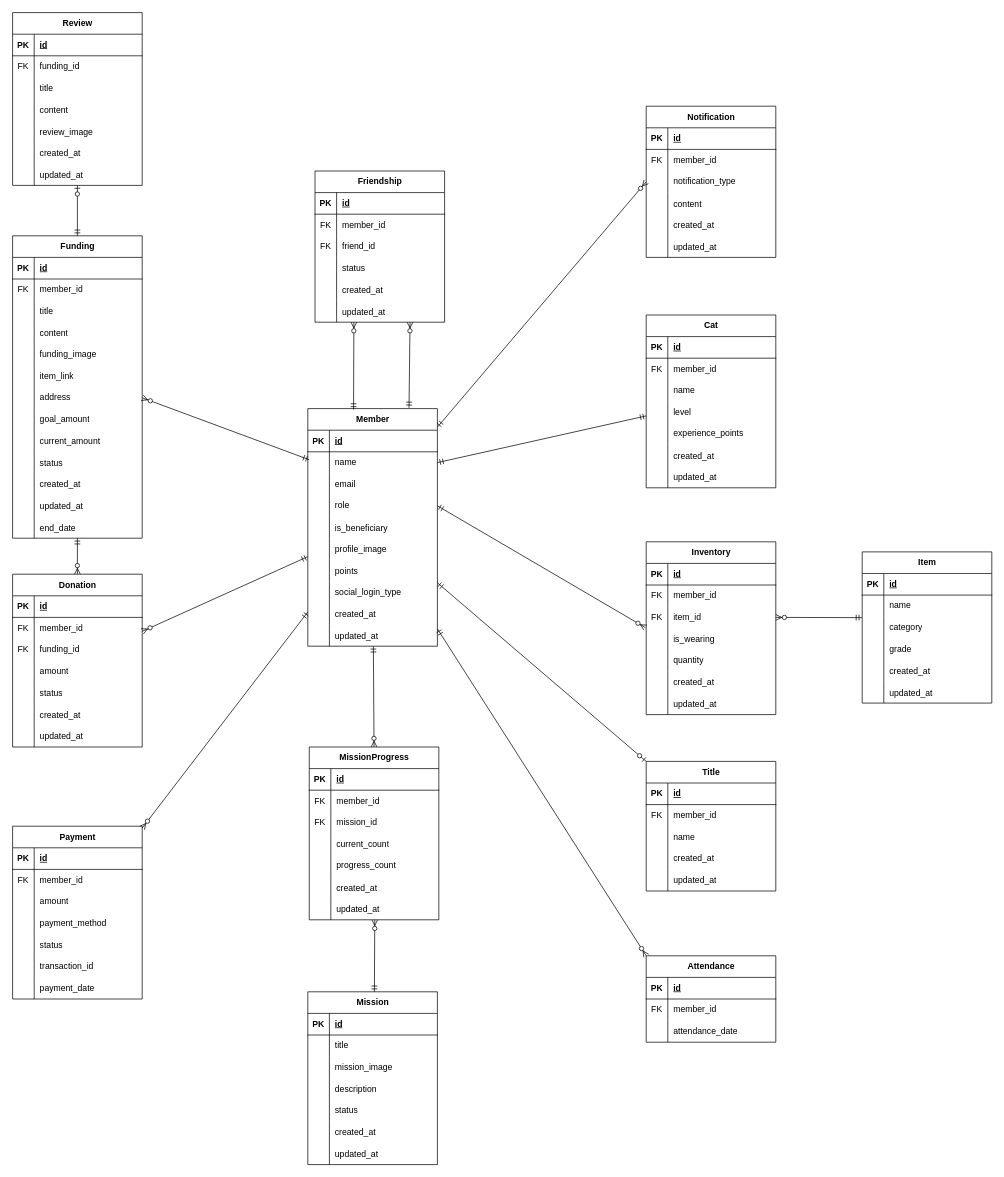
Before: ChaeumERD.drawio in 2025-Advanced-Capstone-Chaeum/ERD, a draw.io diagram. Source tidied: cells renumbered, new cells numbered last; positions are measured from the earlier drawing's top-left corner, leaving out a move shared by most shapes. Both pictures are drawn from the tidied source at 72%, with x=0, y=0 at pixel (12, 12).
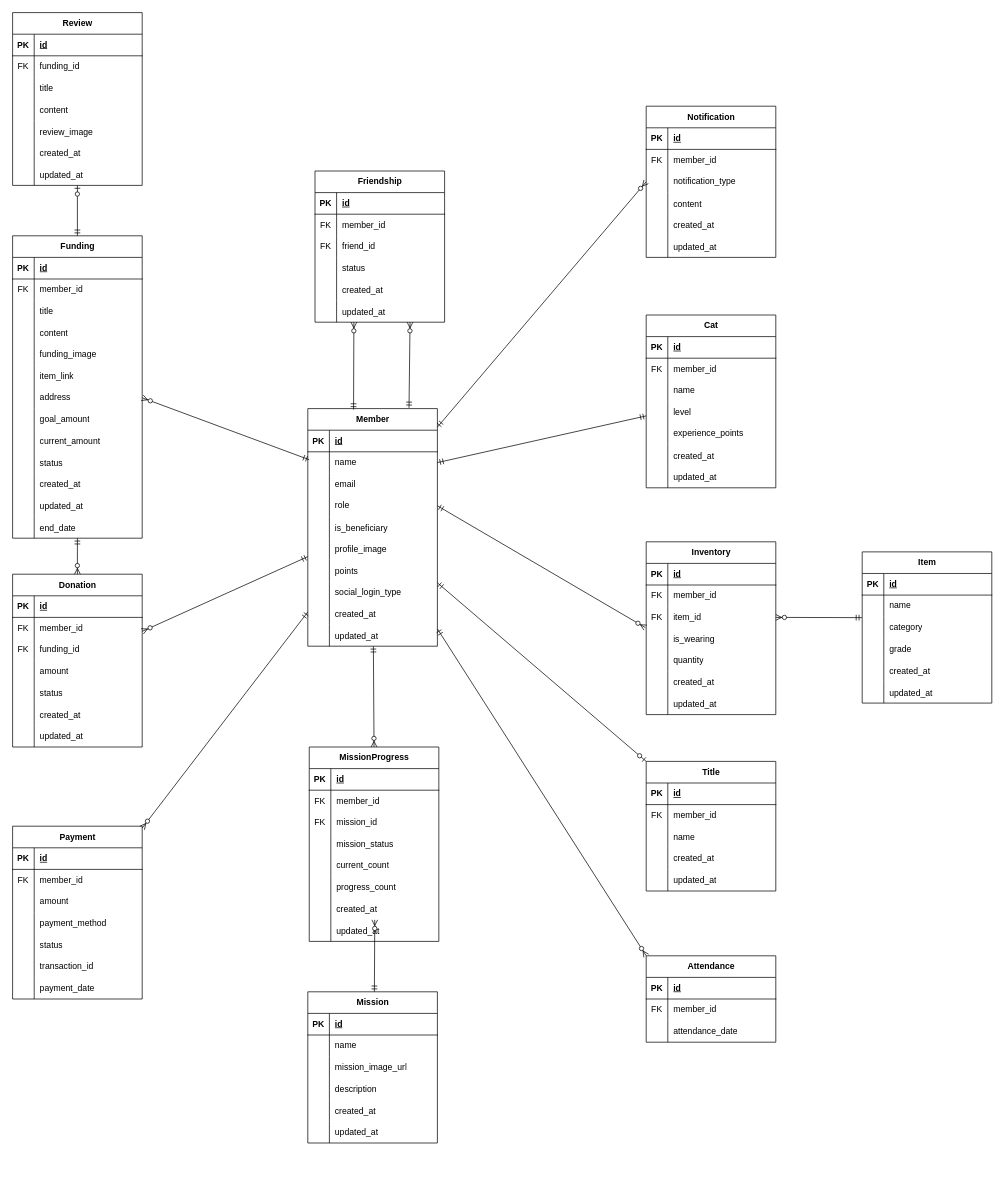
Above is the later version.

Commit message:
docs: Mission 엔티티 필드 수정

Unchanged cells that the change refers to:
```xml
<mxCell id="104" style="shape=tableRow;horizontal=0;startSize=0;swimlaneHead=0;swimlaneBody=0;fillColor=none;top=0;left=0;right=0;bottom=0;" parent="100" vertex="1">
  <mxGeometry y="60" width="180" height="30" as="geometry" />
</mxCell>
<mxCell id="107" style="shape=tableRow;horizontal=0;startSize=0;swimlaneHead=0;swimlaneBody=0;fillColor=none;top=0;left=0;right=0;bottom=0;" parent="100" vertex="1">
  <mxGeometry y="90" width="180" height="30" as="geometry" />
</mxCell>
```

The edit, as a diff of the source:
```diff
@@
     <mxCell id="100" value="Mission" style="shape=table;startSize=30;childLayout=tableLayout;rowLines=0;fontStyle=1;align=center;html=1;" parent="1" vertex="1">
-      <mxGeometry x="410" y="1360" width="180" height="240" as="geometry" />
+      <mxGeometry x="410" y="1360" width="180" height="210" as="geometry" />
     </mxCell>
@@
-    <mxCell id="106" value="title" style="shape=partialRectangle;fillColor=none;top=0;left=0;bottom=0;right=0;align=left;spacingLeft=6;overflow=hidden;whiteSpace=wrap;html=1;" parent="104" vertex="1">
+    <mxCell id="106" value="name" style="shape=partialRectangle;fillColor=none;top=0;left=0;bottom=0;right=0;align=left;spacingLeft=6;overflow=hidden;whiteSpace=wrap;html=1;" parent="104" vertex="1">
       <mxGeometry x="30" width="150" height="30" as="geometry" />
     </mxCell>
@@
-    <mxCell id="109" value="mission_image" style="shape=partialRectangle;fillColor=none;top=0;left=0;bottom=0;right=0;align=left;spacingLeft=6;overflow=hidden;whiteSpace=wrap;html=1;" parent="107" vertex="1">
+    <mxCell id="109" value="mission_image_url" style="shape=partialRectangle;fillColor=none;top=0;left=0;bottom=0;right=0;align=left;spacingLeft=6;overflow=hidden;whiteSpace=wrap;html=1;" parent="107" vertex="1">
       <mxGeometry x="30" width="150" height="30" as="geometry" />
     </mxCell>
@@
-    <mxCell id="113" style="shape=tableRow;horizontal=0;startSize=0;swimlaneHead=0;swimlaneBody=0;fillColor=none;top=0;left=0;right=0;bottom=0;" parent="100" vertex="1">
-      <mxGeometry y="150" width="180" height="30" as="geometry" />
-    </mxCell>
-    <mxCell id="114" style="shape=partialRectangle;fillColor=none;top=0;left=0;bottom=0;right=0;overflow=hidden;whiteSpace=wrap;html=1;" parent="113" vertex="1">
-      <mxGeometry width="30" height="30" as="geometry" />
-    </mxCell>
-    <mxCell id="115" value="status" style="shape=partialRectangle;fillColor=none;top=0;left=0;bottom=0;right=0;align=left;spacingLeft=6;overflow=hidden;whiteSpace=wrap;html=1;" parent="113" vertex="1">
-      <mxGeometry x="30" width="150" height="30" as="geometry" />
-    </mxCell>
     <mxCell id="116" style="shape=tableRow;horizontal=0;startSize=0;swimlaneHead=0;swimlaneBody=0;fillColor=none;top=0;left=0;right=0;bottom=0;" parent="100" vertex="1">
-      <mxGeometry y="180" width="180" height="30" as="geometry" />
+      <mxGeometry y="150" width="180" height="30" as="geometry" />
     </mxCell>
@@
     <mxCell id="119" style="shape=tableRow;horizontal=0;startSize=0;swimlaneHead=0;swimlaneBody=0;fillColor=none;top=0;left=0;right=0;bottom=0;" parent="100" vertex="1">
-      <mxGeometry y="210" width="180" height="30" as="geometry" />
+      <mxGeometry y="180" width="180" height="30" as="geometry" />
     </mxCell>
@@
     <mxCell id="144" value="MissionProgress" style="shape=table;startSize=30;childLayout=tableLayout;rowLines=0;fontStyle=1;align=center;html=1;" parent="1" vertex="1">
-      <mxGeometry x="412" y="1020" width="180" height="240" as="geometry" />
+      <mxGeometry x="412" y="1020" width="180" height="270" as="geometry" />
     </mxCell>
@@
+    <mxCell id="326" style="shape=tableRow;horizontal=0;startSize=0;swimlaneHead=0;swimlaneBody=0;fillColor=none;top=0;left=0;right=0;bottom=0;" parent="144" vertex="1">
+      <mxGeometry y="120" width="180" height="30" as="geometry" />
+    </mxCell>
+    <mxCell id="114" style="shape=partialRectangle;fillColor=none;top=0;left=0;bottom=0;right=0;overflow=hidden;whiteSpace=wrap;html=1;" parent="326" vertex="1">
+      <mxGeometry width="30" height="30" as="geometry" />
+    </mxCell>
+    <mxCell id="327" value="mission_status" style="shape=partialRectangle;fillColor=none;top=0;left=0;bottom=0;right=0;align=left;spacingLeft=6;overflow=hidden;whiteSpace=wrap;html=1;" parent="326" vertex="1">
+      <mxGeometry x="30" width="150" height="30" as="geometry" />
+    </mxCell>
     <mxCell id="154" style="shape=tableRow;horizontal=0;startSize=0;swimlaneHead=0;swimlaneBody=0;fillColor=none;top=0;left=0;right=0;bottom=0;" parent="144" vertex="1">
-      <mxGeometry y="120" width="180" height="30" as="geometry" />
+      <mxGeometry y="150" width="180" height="30" as="geometry" />
     </mxCell>
@@
     <mxCell id="157" style="shape=tableRow;horizontal=0;startSize=0;swimlaneHead=0;swimlaneBody=0;fillColor=none;top=0;left=0;right=0;bottom=0;" parent="144" vertex="1">
-      <mxGeometry y="150" width="180" height="30" as="geometry" />
+      <mxGeometry y="180" width="180" height="30" as="geometry" />
     </mxCell>
@@
     <mxCell id="160" style="shape=tableRow;horizontal=0;startSize=0;swimlaneHead=0;swimlaneBody=0;fillColor=none;top=0;left=0;right=0;bottom=0;" parent="144" vertex="1">
-      <mxGeometry y="180" width="180" height="30" as="geometry" />
+      <mxGeometry y="210" width="180" height="30" as="geometry" />
     </mxCell>
@@
     <mxCell id="163" style="shape=tableRow;horizontal=0;startSize=0;swimlaneHead=0;swimlaneBody=0;fillColor=none;top=0;left=0;right=0;bottom=0;" parent="144" vertex="1">
-      <mxGeometry y="210" width="180" height="30" as="geometry" />
+      <mxGeometry y="240" width="180" height="30" as="geometry" />
     </mxCell>
```
